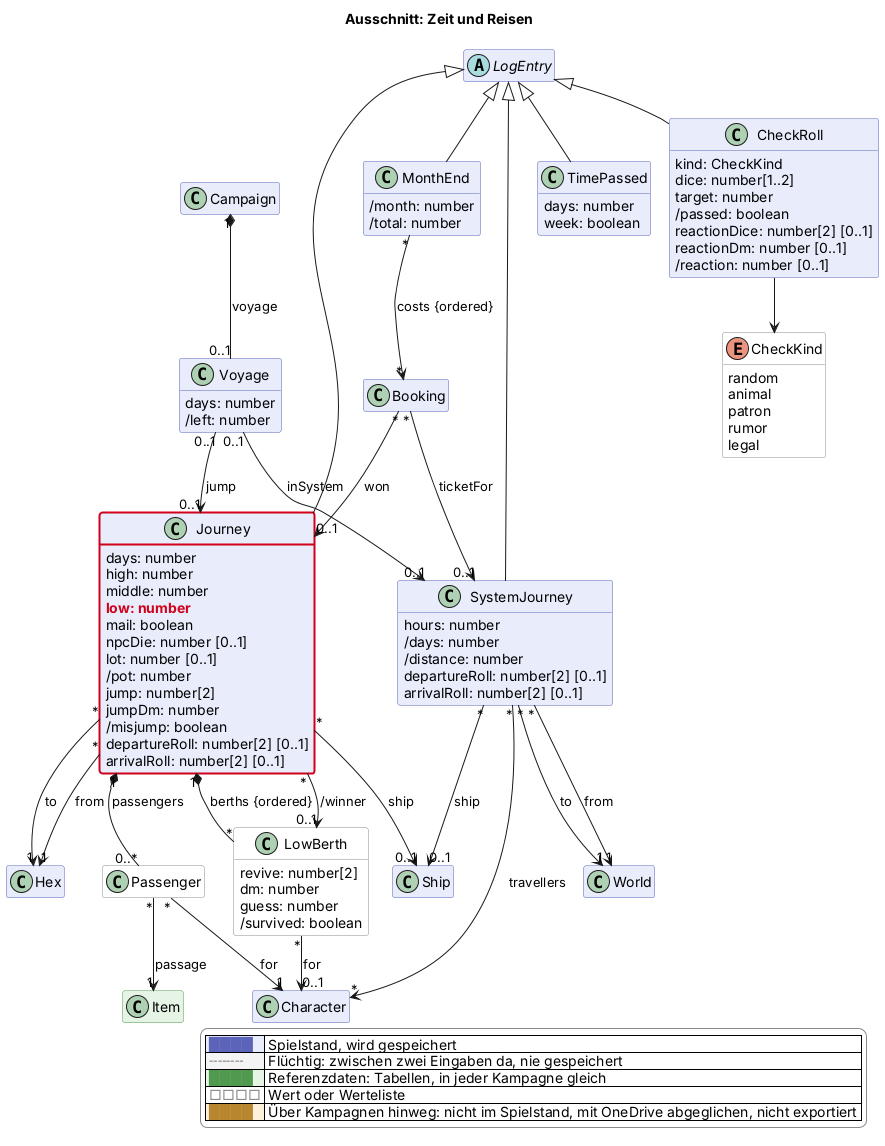
Before: docs/views/reise.png, a diagram exported from PlantUML (scuzzar/SRE).
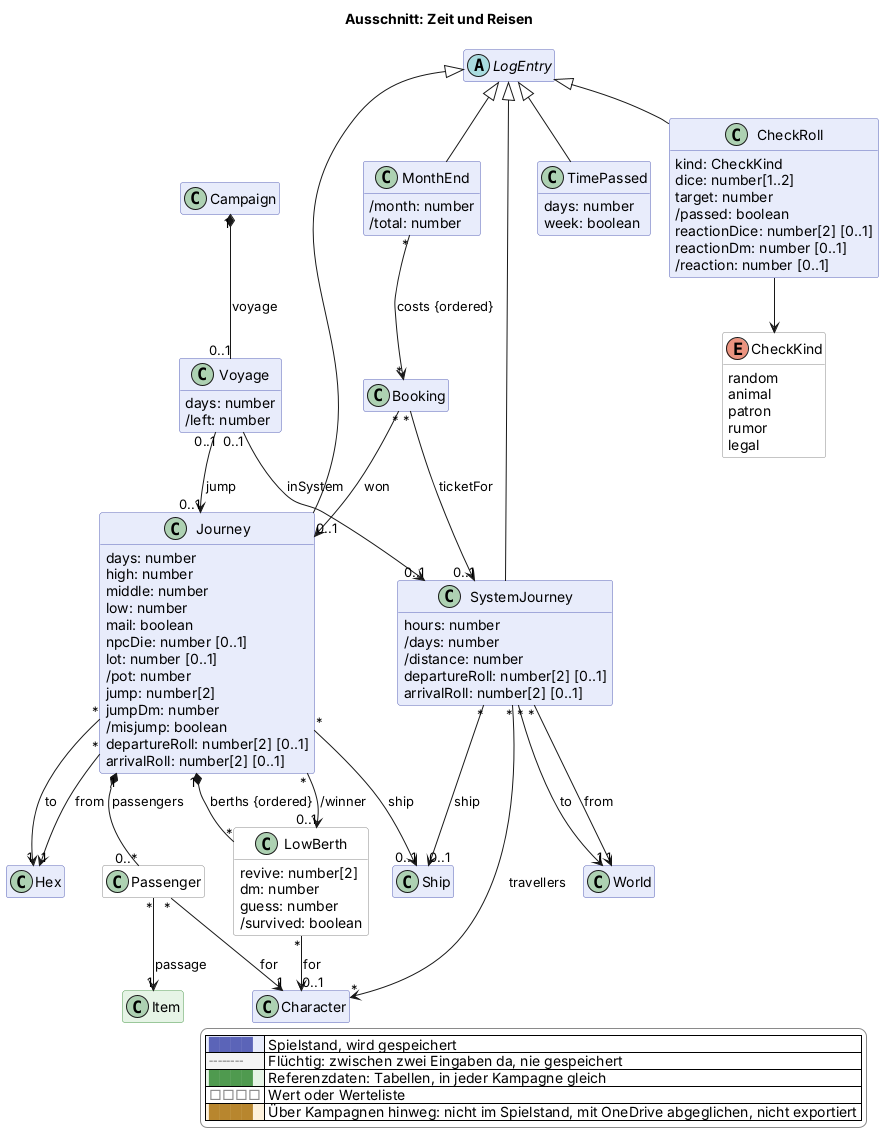
The same file after the commit.

What changed in the source:
```diff
@@ -112,7 +112,7 @@
     days: number
     high: number
     middle: number
-    $new("2026-11-27c", "low: number")
+    low: number
     mail: boolean
     npcDie: number [0..1]
     lot: number [0..1]
@@ -194,5 +194,4 @@
   |<#ffffff> <color:#8a8a8a>□□□□</color> | Wert oder Werteliste |
   |<#fdf1dc> <color:#b8862e>████</color> | Über Kampagnen hinweg: nicht im Spielstand, mit OneDrive abgeglichen, nicht exportiert |
 endlegend
-class Journey #line:d0021b;line.bold
 @enduml
```
